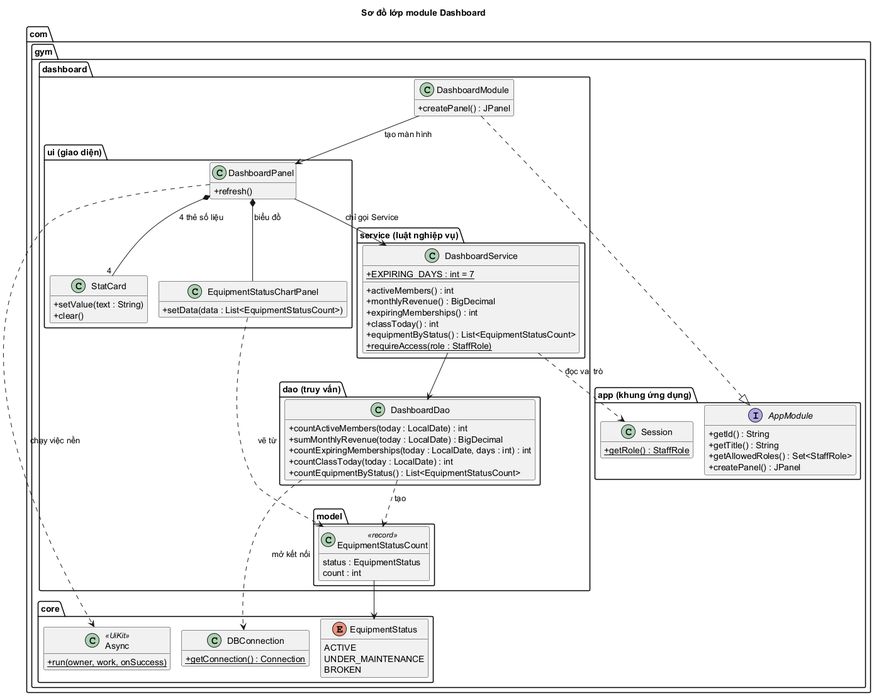
The PlantUML diagram docs/diagrams/dashboard_lop.png in hoangte2006/gym-planner, before a commit.
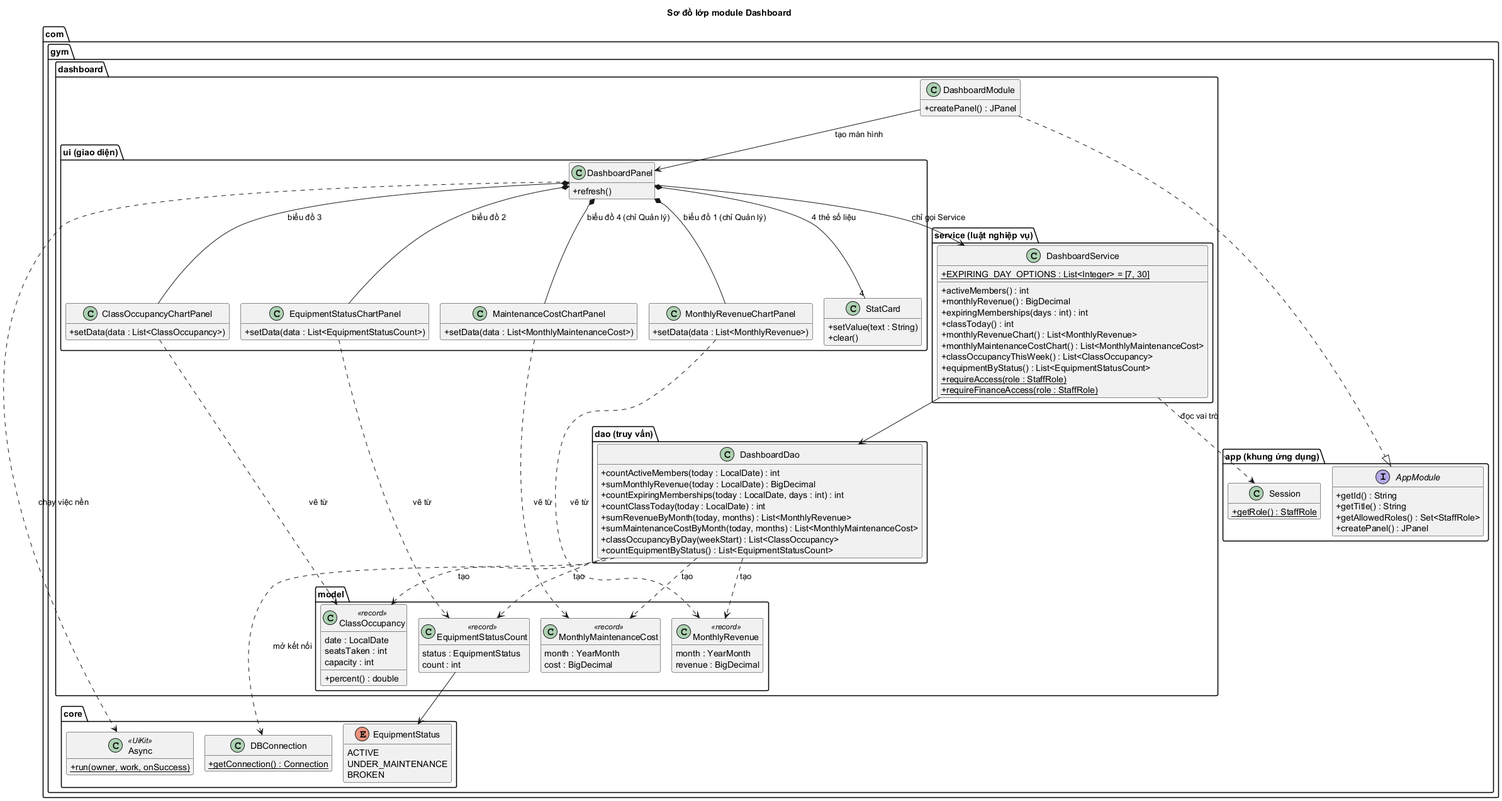
Later version of the same file.

What changed in the source:
```diff
@@ -29,6 +29,15 @@
       + setValue(text : String)
       + clear()
     }
+    class MonthlyRevenueChartPanel {
+      + setData(data : List<MonthlyRevenue>)
+    }
+    class MaintenanceCostChartPanel {
+      + setData(data : List<MonthlyMaintenanceCost>)
+    }
+    class ClassOccupancyChartPanel {
+      + setData(data : List<ClassOccupancy>)
+    }
     class EquipmentStatusChartPanel {
       + setData(data : List<EquipmentStatusCount>)
     }
@@ -36,13 +45,17 @@
 
   package "service (luật nghiệp vụ)" {
     class DashboardService {
-      + {static} EXPIRING_DAYS : int = 7
+      + {static} EXPIRING_DAY_OPTIONS : List<Integer> = [7, 30]
       + activeMembers() : int
       + monthlyRevenue() : BigDecimal
-      + expiringMemberships() : int
+      + expiringMemberships(days : int) : int
       + classToday() : int
+      + monthlyRevenueChart() : List<MonthlyRevenue>
+      + monthlyMaintenanceCostChart() : List<MonthlyMaintenanceCost>
+      + classOccupancyThisWeek() : List<ClassOccupancy>
       + equipmentByStatus() : List<EquipmentStatusCount>
       + {static} requireAccess(role : StaffRole)
+      + {static} requireFinanceAccess(role : StaffRole)
     }
   }
 
@@ -52,11 +65,28 @@
       + sumMonthlyRevenue(today : LocalDate) : BigDecimal
       + countExpiringMemberships(today : LocalDate, days : int) : int
       + countClassToday(today : LocalDate) : int
+      + sumRevenueByMonth(today, months) : List<MonthlyRevenue>
+      + sumMaintenanceCostByMonth(today, months) : List<MonthlyMaintenanceCost>
+      + classOccupancyByDay(weekStart) : List<ClassOccupancy>
       + countEquipmentByStatus() : List<EquipmentStatusCount>
     }
   }
 
   package "model" {
+    class MonthlyRevenue <<record>> {
+      month : YearMonth
+      revenue : BigDecimal
+    }
+    class MonthlyMaintenanceCost <<record>> {
+      month : YearMonth
+      cost : BigDecimal
+    }
+    class ClassOccupancy <<record>> {
+      date : LocalDate
+      seatsTaken : int
+      capacity : int
+      + percent() : double
+    }
     class EquipmentStatusCount <<record>> {
       status : EquipmentStatus
       count : int
@@ -81,13 +111,22 @@
 DashboardModule ..|> AppModule
 DashboardModule --> DashboardPanel : tạo màn hình
 DashboardPanel *-- "4" StatCard : 4 thẻ số liệu
-DashboardPanel *-- EquipmentStatusChartPanel : biểu đồ
+DashboardPanel *-- MonthlyRevenueChartPanel : biểu đồ 1 (chỉ Quản lý)
+DashboardPanel *-- MaintenanceCostChartPanel : biểu đồ 4 (chỉ Quản lý)
+DashboardPanel *-- ClassOccupancyChartPanel : biểu đồ 3
+DashboardPanel *-- EquipmentStatusChartPanel : biểu đồ 2
 DashboardPanel --> DashboardService : chỉ gọi Service
 DashboardPanel ..> Async : chạy việc nền
 DashboardService --> DashboardDao
 DashboardService ..> Session : đọc vai trò
 DashboardDao ..> DBConnection : mở kết nối
+DashboardDao ..> MonthlyRevenue : tạo
+DashboardDao ..> MonthlyMaintenanceCost : tạo
+DashboardDao ..> ClassOccupancy : tạo
 DashboardDao ..> EquipmentStatusCount : tạo
+MonthlyRevenueChartPanel ..> MonthlyRevenue : vẽ từ
+MaintenanceCostChartPanel ..> MonthlyMaintenanceCost : vẽ từ
+ClassOccupancyChartPanel ..> ClassOccupancy : vẽ từ
 EquipmentStatusChartPanel ..> EquipmentStatusCount : vẽ từ
 EquipmentStatusCount --> EquipmentStatus
 @enduml
```
